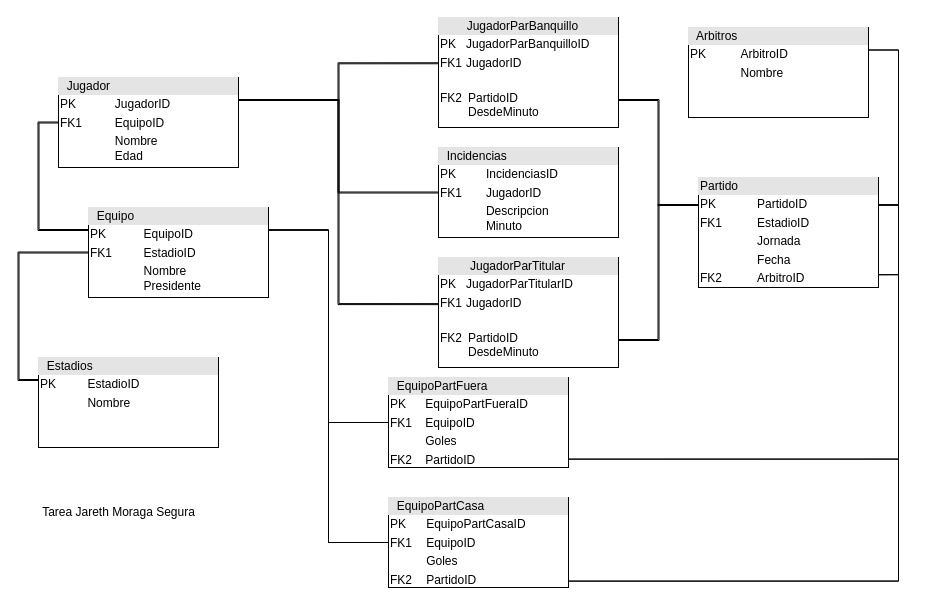
This is Untitled Diagram.drawio from NotJarethGG/CosasVarias, a draw.io file, before an edit. Source tidied: cells renumbered, new cells numbered last; positions are measured from the earlier drawing's top-left corner, leaving out a move shared by most shapes. Both pictures are drawn from the tidied source at 100%, with x=0, y=0 at pixel (28, 17).
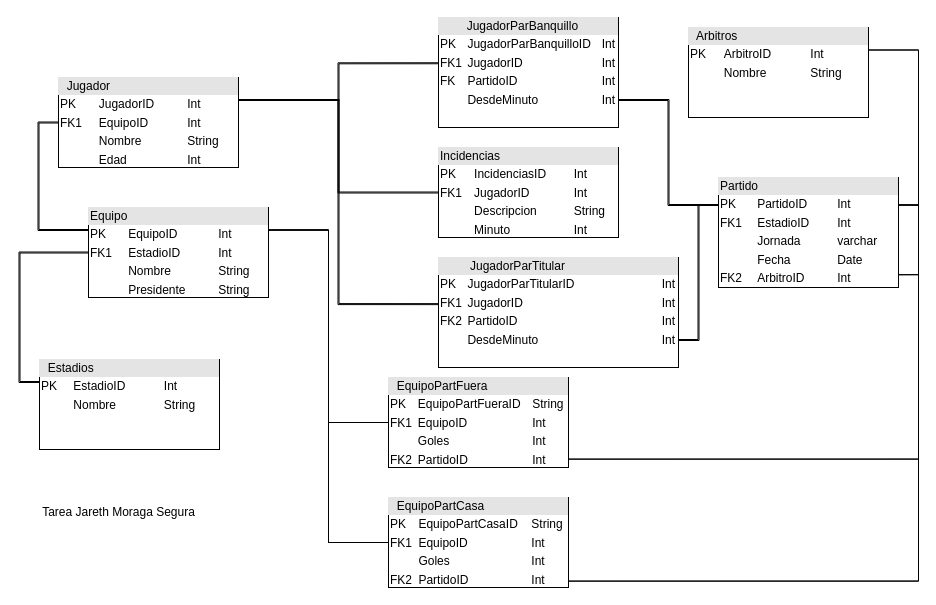
The same diagram, later.

Diff of the diagram source:
```diff
@@
-    <mxCell id="6" value="&lt;div style=&quot;box-sizing:border-box;width:100%;background:#e4e4e4;padding:2px;&quot;&gt;&lt;span style=&quot;white-space: pre;&quot;&gt; &lt;/span&gt;&lt;span style=&quot;white-space: pre;&quot;&gt; &lt;/span&gt;Jugador&lt;/div&gt;&lt;table style=&quot;width:100%;font-size:1em;&quot; cellpadding=&quot;2&quot; cellspacing=&quot;0&quot;&gt;&lt;tbody&gt;&lt;tr&gt;&lt;td&gt;PK&lt;/td&gt;&lt;td&gt;JugadorID&lt;/td&gt;&lt;/tr&gt;&lt;tr&gt;&lt;td&gt;FK1&lt;/td&gt;&lt;td&gt;EquipoID&lt;/td&gt;&lt;/tr&gt;&lt;tr&gt;&lt;td&gt;&lt;/td&gt;&lt;td&gt;Nombre&lt;br&gt;Edad&lt;/td&gt;&lt;/tr&gt;&lt;/tbody&gt;&lt;/table&gt;" style="verticalAlign=top;align=left;overflow=fill;html=1;whiteSpace=wrap;labelBackgroundColor=none;" parent="1" vertex="1">
+    <mxCell id="6" value="&lt;div style=&quot;box-sizing:border-box;width:100%;background:#e4e4e4;padding:2px;&quot;&gt;&lt;span style=&quot;white-space: pre;&quot;&gt; &lt;/span&gt;&lt;span style=&quot;white-space: pre;&quot;&gt; &lt;/span&gt;Jugador&lt;/div&gt;&lt;table style=&quot;width:100%;font-size:1em;&quot; cellpadding=&quot;2&quot; cellspacing=&quot;0&quot;&gt;&lt;tbody&gt;&lt;tr&gt;&lt;td&gt;PK&lt;/td&gt;&lt;td&gt;JugadorID&lt;/td&gt;&lt;td&gt;Int&lt;/td&gt;&lt;/tr&gt;&lt;tr&gt;&lt;td&gt;FK1&lt;/td&gt;&lt;td&gt;EquipoID&lt;/td&gt;&lt;td&gt;Int&lt;/td&gt;&lt;/tr&gt;&lt;tr&gt;&lt;td&gt;&lt;/td&gt;&lt;td&gt;Nombre&lt;br&gt;&lt;/td&gt;&lt;td&gt;String&lt;/td&gt;&lt;/tr&gt;&lt;tr&gt;&lt;td&gt;&lt;br&gt;&lt;/td&gt;&lt;td&gt;Edad&lt;/td&gt;&lt;td&gt;Int&lt;/td&gt;&lt;/tr&gt;&lt;/tbody&gt;&lt;/table&gt;" style="verticalAlign=top;align=left;overflow=fill;html=1;whiteSpace=wrap;labelBackgroundColor=none;" parent="1" vertex="1">
       <mxGeometry x="30" y="60" width="180" height="90" as="geometry" />
     </mxCell>
@@
-    <mxCell id="8" value="&lt;div style=&quot;box-sizing:border-box;width:100%;background:#e4e4e4;padding:2px;&quot;&gt;&lt;span style=&quot;white-space: pre;&quot;&gt; &lt;/span&gt;&lt;span style=&quot;white-space: pre;&quot;&gt; &lt;/span&gt;Equipo&lt;/div&gt;&lt;table style=&quot;width:100%;font-size:1em;&quot; cellpadding=&quot;2&quot; cellspacing=&quot;0&quot;&gt;&lt;tbody&gt;&lt;tr&gt;&lt;td&gt;PK&lt;/td&gt;&lt;td&gt;EquipoID&lt;/td&gt;&lt;/tr&gt;&lt;tr&gt;&lt;td&gt;FK1&lt;/td&gt;&lt;td&gt;EstadioID&lt;/td&gt;&lt;/tr&gt;&lt;tr&gt;&lt;td&gt;&lt;/td&gt;&lt;td&gt;Nombre&lt;br&gt;Presidente&lt;/td&gt;&lt;/tr&gt;&lt;/tbody&gt;&lt;/table&gt;" style="verticalAlign=top;align=left;overflow=fill;html=1;whiteSpace=wrap;" parent="1" vertex="1">
+    <mxCell id="8" value="&lt;div style=&quot;box-sizing:border-box;width:100%;background:#e4e4e4;padding:2px;&quot;&gt;&lt;span style=&quot;&quot;&gt; &lt;/span&gt;&lt;span style=&quot;&quot;&gt; &lt;/span&gt;Equipo&lt;/div&gt;&lt;table style=&quot;width:100%;font-size:1em;&quot; cellpadding=&quot;2&quot; cellspacing=&quot;0&quot;&gt;&lt;tbody&gt;&lt;tr&gt;&lt;td&gt;PK&lt;/td&gt;&lt;td&gt;EquipoID&lt;/td&gt;&lt;td&gt;Int&lt;/td&gt;&lt;/tr&gt;&lt;tr&gt;&lt;td&gt;FK1&lt;/td&gt;&lt;td&gt;EstadioID&lt;/td&gt;&lt;td&gt;Int&lt;/td&gt;&lt;/tr&gt;&lt;tr&gt;&lt;td&gt;&lt;br&gt;&lt;/td&gt;&lt;td&gt;Nombre&lt;br&gt;&lt;/td&gt;&lt;td&gt;String&lt;/td&gt;&lt;/tr&gt;&lt;tr&gt;&lt;td&gt;&lt;br&gt;&lt;/td&gt;&lt;td&gt;Presidente&lt;br&gt;&lt;/td&gt;&lt;td&gt;String&lt;/td&gt;&lt;/tr&gt;&lt;/tbody&gt;&lt;/table&gt;" style="verticalAlign=top;align=left;overflow=fill;html=1;whiteSpace=wrap;" parent="1" vertex="1">
       <mxGeometry x="60" y="190" width="180" height="90" as="geometry" />
     </mxCell>
@@
-    <mxCell id="10" value="&lt;div style=&quot;box-sizing:border-box;width:100%;background:#e4e4e4;padding:2px;&quot;&gt;&lt;span style=&quot;white-space: pre;&quot;&gt; &lt;/span&gt;&lt;span style=&quot;white-space: pre;&quot;&gt; &lt;/span&gt;Estadios&lt;/div&gt;&lt;table style=&quot;width:100%;font-size:1em;&quot; cellpadding=&quot;2&quot; cellspacing=&quot;0&quot;&gt;&lt;tbody&gt;&lt;tr&gt;&lt;td&gt;PK&lt;/td&gt;&lt;td&gt;EstadioID&lt;/td&gt;&lt;/tr&gt;&lt;tr&gt;&lt;td&gt;&lt;br&gt;&lt;/td&gt;&lt;td&gt;Nombre&lt;/td&gt;&lt;/tr&gt;&lt;tr&gt;&lt;td&gt;&lt;/td&gt;&lt;td&gt;&lt;br&gt;&lt;/td&gt;&lt;/tr&gt;&lt;/tbody&gt;&lt;/table&gt;" style="verticalAlign=top;align=left;overflow=fill;html=1;whiteSpace=wrap;" parent="1" vertex="1">
-      <mxGeometry x="10" y="340" width="180" height="90" as="geometry" />
+    <mxCell id="10" value="&lt;div style=&quot;box-sizing:border-box;width:100%;background:#e4e4e4;padding:2px;&quot;&gt;&lt;span style=&quot;white-space: pre;&quot;&gt; &lt;/span&gt;&lt;span style=&quot;white-space: pre;&quot;&gt; &lt;/span&gt;Estadios&lt;/div&gt;&lt;table style=&quot;width:100%;font-size:1em;&quot; cellpadding=&quot;2&quot; cellspacing=&quot;0&quot;&gt;&lt;tbody&gt;&lt;tr&gt;&lt;td&gt;PK&lt;/td&gt;&lt;td&gt;EstadioID&lt;/td&gt;&lt;td&gt;Int&lt;/td&gt;&lt;/tr&gt;&lt;tr&gt;&lt;td&gt;&lt;br&gt;&lt;/td&gt;&lt;td&gt;Nombre&lt;/td&gt;&lt;td&gt;String&lt;/td&gt;&lt;/tr&gt;&lt;tr&gt;&lt;td&gt;&lt;/td&gt;&lt;td&gt;&lt;br&gt;&lt;/td&gt;&lt;td&gt;&lt;br&gt;&lt;/td&gt;&lt;/tr&gt;&lt;/tbody&gt;&lt;/table&gt;" style="verticalAlign=top;align=left;overflow=fill;html=1;whiteSpace=wrap;" parent="1" vertex="1">
+      <mxGeometry x="11" y="342" width="180" height="90" as="geometry" />
     </mxCell>
-    <mxCell id="11" value="&lt;div style=&quot;box-sizing:border-box;width:100%;background:#e4e4e4;padding:2px;&quot;&gt;&lt;span style=&quot;white-space: pre;&quot;&gt; &lt;/span&gt;&lt;span style=&quot;white-space: pre;&quot;&gt; &lt;/span&gt;Incidencias&lt;/div&gt;&lt;table style=&quot;width:100%;font-size:1em;&quot; cellpadding=&quot;2&quot; cellspacing=&quot;0&quot;&gt;&lt;tbody&gt;&lt;tr&gt;&lt;td&gt;PK&lt;/td&gt;&lt;td&gt;IncidenciasID&lt;/td&gt;&lt;/tr&gt;&lt;tr&gt;&lt;td&gt;FK1&lt;/td&gt;&lt;td&gt;JugadorID&lt;/td&gt;&lt;/tr&gt;&lt;tr&gt;&lt;td&gt;&lt;/td&gt;&lt;td&gt;Descripcion&lt;br&gt;Minuto&lt;/td&gt;&lt;/tr&gt;&lt;/tbody&gt;&lt;/table&gt;" style="verticalAlign=top;align=left;overflow=fill;html=1;whiteSpace=wrap;" parent="1" vertex="1">
+    <mxCell id="11" value="&lt;div style=&quot;box-sizing:border-box;width:100%;background:#e4e4e4;padding:2px;&quot;&gt;&lt;span style=&quot;&quot;&gt; &lt;span style=&quot;&quot;&gt; &lt;span style=&quot;&quot;&gt; &lt;/span&gt;&lt;/span&gt;&lt;/span&gt;Incidencias&lt;/div&gt;&lt;table style=&quot;width:100%;font-size:1em;&quot; cellpadding=&quot;2&quot; cellspacing=&quot;0&quot;&gt;&lt;tbody&gt;&lt;tr&gt;&lt;td&gt;PK&lt;/td&gt;&lt;td&gt;IncidenciasID&lt;/td&gt;&lt;td&gt;Int&lt;/td&gt;&lt;/tr&gt;&lt;tr&gt;&lt;td&gt;FK1&lt;/td&gt;&lt;td&gt;JugadorID&lt;/td&gt;&lt;td&gt;Int&lt;/td&gt;&lt;/tr&gt;&lt;tr&gt;&lt;td&gt;&lt;br&gt;&lt;/td&gt;&lt;td&gt;Descripcion&lt;br&gt;&lt;/td&gt;&lt;td&gt;String&lt;/td&gt;&lt;/tr&gt;&lt;tr&gt;&lt;td&gt;&lt;br&gt;&lt;/td&gt;&lt;td&gt;Minuto&lt;br&gt;&lt;/td&gt;&lt;td&gt;Int&lt;/td&gt;&lt;/tr&gt;&lt;/tbody&gt;&lt;/table&gt;" style="verticalAlign=top;align=left;overflow=fill;html=1;whiteSpace=wrap;" parent="1" vertex="1">
       <mxGeometry x="410" y="130" width="180" height="90" as="geometry" />
     </mxCell>
-    <mxCell id="12" value="&lt;div style=&quot;box-sizing:border-box;width:100%;background:#e4e4e4;padding:2px;&quot;&gt;&lt;span style=&quot;&quot;&gt; &lt;/span&gt;&amp;nbsp; &amp;nbsp; &amp;nbsp; &amp;nbsp; JugadorParBanquillo&lt;/div&gt;&lt;table style=&quot;width:100%;font-size:1em;&quot; cellpadding=&quot;2&quot; cellspacing=&quot;0&quot;&gt;&lt;tbody&gt;&lt;tr&gt;&lt;td&gt;PK&lt;/td&gt;&lt;td&gt;JugadorParBanquilloID&lt;/td&gt;&lt;/tr&gt;&lt;tr&gt;&lt;td&gt;FK1&lt;/td&gt;&lt;td&gt;JugadorID&lt;/td&gt;&lt;/tr&gt;&lt;tr&gt;&lt;td&gt;FK2&lt;/td&gt;&lt;td&gt;&lt;br&gt;&lt;table style=&quot;border-color: var(--border-color); font-size: 1em; width: 180px;&quot; cellpadding=&quot;2&quot; cellspacing=&quot;0&quot;&gt;&lt;tbody style=&quot;border-color: var(--border-color);&quot;&gt;&lt;tr style=&quot;border-color: var(--border-color);&quot;&gt;&lt;td style=&quot;border-color: var(--border-color);&quot;&gt;PartidoID&lt;br&gt;DesdeMinuto&lt;/td&gt;&lt;/tr&gt;&lt;/tbody&gt;&lt;/table&gt;&lt;/td&gt;&lt;/tr&gt;&lt;/tbody&gt;&lt;/table&gt;" style="verticalAlign=top;align=left;overflow=fill;html=1;whiteSpace=wrap;" parent="1" vertex="1">
+    <mxCell id="12" value="&lt;div style=&quot;box-sizing:border-box;width:100%;background:#e4e4e4;padding:2px;&quot;&gt;&lt;span style=&quot;&quot;&gt; &lt;/span&gt;&amp;nbsp; &amp;nbsp; &amp;nbsp; &amp;nbsp; JugadorParBanquillo&lt;/div&gt;&lt;table style=&quot;width:100%;font-size:1em;&quot; cellpadding=&quot;2&quot; cellspacing=&quot;0&quot;&gt;&lt;tbody&gt;&lt;tr&gt;&lt;td&gt;PK&lt;/td&gt;&lt;td&gt;JugadorParBanquilloID&lt;/td&gt;&lt;td&gt;Int&lt;/td&gt;&lt;/tr&gt;&lt;tr&gt;&lt;td&gt;FK1&lt;/td&gt;&lt;td&gt;JugadorID&lt;/td&gt;&lt;td&gt;Int&lt;/td&gt;&lt;/tr&gt;&lt;tr&gt;&lt;td&gt;FK&lt;/td&gt;&lt;td&gt;PartidoID&lt;/td&gt;&lt;td&gt;Int&lt;/td&gt;&lt;/tr&gt;&lt;tr&gt;&lt;td&gt;&lt;br&gt;&lt;/td&gt;&lt;td&gt;DesdeMinuto&lt;/td&gt;&lt;td&gt;Int&lt;/td&gt;&lt;/tr&gt;&lt;/tbody&gt;&lt;/table&gt;" style="verticalAlign=top;align=left;overflow=fill;html=1;whiteSpace=wrap;" parent="1" vertex="1">
       <mxGeometry x="410" width="180" height="110" as="geometry" />
     </mxCell>
-    <mxCell id="13" value="&lt;div style=&quot;box-sizing:border-box;width:100%;background:#e4e4e4;padding:2px;&quot;&gt;&lt;span style=&quot;&quot;&gt; &lt;/span&gt;&amp;nbsp; &amp;nbsp; &amp;nbsp; &amp;nbsp; &amp;nbsp;JugadorParTitular&lt;/div&gt;&lt;table style=&quot;width:100%;font-size:1em;&quot; cellpadding=&quot;2&quot; cellspacing=&quot;0&quot;&gt;&lt;tbody&gt;&lt;tr&gt;&lt;td&gt;PK&lt;/td&gt;&lt;td&gt;JugadorParTitularID&lt;/td&gt;&lt;/tr&gt;&lt;tr&gt;&lt;td&gt;FK1&lt;/td&gt;&lt;td&gt;JugadorID&lt;/td&gt;&lt;/tr&gt;&lt;tr&gt;&lt;td&gt;FK2&lt;/td&gt;&lt;td&gt;&lt;br&gt;&lt;table style=&quot;border-color: var(--border-color); font-size: 1em; width: 180px;&quot; cellpadding=&quot;2&quot; cellspacing=&quot;0&quot;&gt;&lt;tbody style=&quot;border-color: var(--border-color);&quot;&gt;&lt;tr style=&quot;border-color: var(--border-color);&quot;&gt;&lt;td style=&quot;border-color: var(--border-color);&quot;&gt;PartidoID&lt;br&gt;DesdeMinuto&lt;/td&gt;&lt;/tr&gt;&lt;/tbody&gt;&lt;/table&gt;&lt;/td&gt;&lt;/tr&gt;&lt;/tbody&gt;&lt;/table&gt;" style="verticalAlign=top;align=left;overflow=fill;html=1;whiteSpace=wrap;" parent="1" vertex="1">
-      <mxGeometry x="410" y="240" width="180" height="110" as="geometry" />
+    <mxCell id="13" value="&lt;div style=&quot;box-sizing:border-box;width:100%;background:#e4e4e4;padding:2px;&quot;&gt;&lt;span style=&quot;&quot;&gt; &lt;/span&gt;&amp;nbsp; &amp;nbsp; &amp;nbsp; &amp;nbsp; &amp;nbsp;JugadorParTitular&lt;/div&gt;&lt;table style=&quot;width:100%;font-size:1em;&quot; cellpadding=&quot;2&quot; cellspacing=&quot;0&quot;&gt;&lt;tbody&gt;&lt;tr&gt;&lt;td&gt;PK&lt;/td&gt;&lt;td&gt;JugadorParTitularID&lt;/td&gt;&lt;td&gt;Int&lt;/td&gt;&lt;/tr&gt;&lt;tr&gt;&lt;td&gt;FK1&lt;/td&gt;&lt;td&gt;JugadorID&lt;/td&gt;&lt;td&gt;Int&lt;/td&gt;&lt;/tr&gt;&lt;tr&gt;&lt;td&gt;FK2&lt;/td&gt;&lt;td&gt;PartidoID&lt;br&gt;&lt;table style=&quot;border-color: var(--border-color); font-size: 1em; width: 180px;&quot; cellpadding=&quot;2&quot; cellspacing=&quot;0&quot;&gt;&lt;tbody style=&quot;border-color: var(--border-color);&quot;&gt;&lt;/tbody&gt;&lt;/table&gt;&lt;/td&gt;&lt;td&gt;Int&lt;/td&gt;&lt;/tr&gt;&lt;tr&gt;&lt;td&gt;&lt;br&gt;&lt;/td&gt;&lt;td&gt;DesdeMinuto&lt;/td&gt;&lt;td&gt;Int&lt;/td&gt;&lt;/tr&gt;&lt;/tbody&gt;&lt;/table&gt;" style="verticalAlign=top;align=left;overflow=fill;html=1;whiteSpace=wrap;" parent="1" vertex="1">
+      <mxGeometry x="410" y="240" width="240" height="110" as="geometry" />
     </mxCell>
@@
-    <mxCell id="18" value="&lt;div style=&quot;box-sizing:border-box;width:100%;background:#e4e4e4;padding:2px;&quot;&gt;&lt;span style=&quot;&quot;&gt; &lt;/span&gt;&lt;span style=&quot;&quot;&gt; &lt;/span&gt;Partido&lt;/div&gt;&lt;table style=&quot;width:100%;font-size:1em;&quot; cellpadding=&quot;2&quot; cellspacing=&quot;0&quot;&gt;&lt;tbody&gt;&lt;tr&gt;&lt;td&gt;PK&lt;/td&gt;&lt;td&gt;PartidoID&lt;/td&gt;&lt;/tr&gt;&lt;tr&gt;&lt;td&gt;FK1&lt;/td&gt;&lt;td&gt;EstadioID&lt;/td&gt;&lt;/tr&gt;&lt;tr&gt;&lt;td&gt;&lt;br&gt;&lt;/td&gt;&lt;td&gt;Jornada&lt;/td&gt;&lt;/tr&gt;&lt;tr&gt;&lt;td&gt;&lt;br&gt;&lt;/td&gt;&lt;td&gt;Fecha&lt;/td&gt;&lt;/tr&gt;&lt;tr&gt;&lt;td&gt;FK2&lt;/td&gt;&lt;td&gt;ArbitroID&lt;/td&gt;&lt;/tr&gt;&lt;/tbody&gt;&lt;/table&gt;" style="verticalAlign=top;align=left;overflow=fill;html=1;whiteSpace=wrap;" parent="1" vertex="1">
-      <mxGeometry x="670" y="160" width="180" height="110" as="geometry" />
+    <mxCell id="18" value="&lt;div style=&quot;box-sizing:border-box;width:100%;background:#e4e4e4;padding:2px;&quot;&gt;&lt;span style=&quot;&quot;&gt; &lt;/span&gt;&lt;span style=&quot;&quot;&gt; &lt;/span&gt;Partido&lt;/div&gt;&lt;table style=&quot;width:100%;font-size:1em;&quot; cellpadding=&quot;2&quot; cellspacing=&quot;0&quot;&gt;&lt;tbody&gt;&lt;tr&gt;&lt;td&gt;PK&lt;/td&gt;&lt;td&gt;PartidoID&lt;/td&gt;&lt;td&gt;Int&lt;/td&gt;&lt;/tr&gt;&lt;tr&gt;&lt;td&gt;FK1&lt;/td&gt;&lt;td&gt;EstadioID&lt;/td&gt;&lt;td&gt;Int&lt;/td&gt;&lt;/tr&gt;&lt;tr&gt;&lt;td&gt;&lt;br&gt;&lt;/td&gt;&lt;td&gt;Jornada&lt;/td&gt;&lt;td&gt;varchar&lt;/td&gt;&lt;/tr&gt;&lt;tr&gt;&lt;td&gt;&lt;br&gt;&lt;/td&gt;&lt;td&gt;Fecha&lt;/td&gt;&lt;td&gt;Date&lt;/td&gt;&lt;/tr&gt;&lt;tr&gt;&lt;td&gt;FK2&lt;/td&gt;&lt;td&gt;ArbitroID&lt;/td&gt;&lt;td&gt;Int&lt;/td&gt;&lt;/tr&gt;&lt;/tbody&gt;&lt;/table&gt;" style="verticalAlign=top;align=left;overflow=fill;html=1;whiteSpace=wrap;" parent="1" vertex="1">
+      <mxGeometry x="690" y="160" width="180" height="110" as="geometry" />
     </mxCell>
-    <mxCell id="19" value="&lt;div style=&quot;box-sizing:border-box;width:100%;background:#e4e4e4;padding:2px;&quot;&gt;&lt;span style=&quot;white-space: pre;&quot;&gt; &lt;/span&gt;&lt;span style=&quot;white-space: pre;&quot;&gt; &lt;/span&gt;EquipoPartCasa&lt;br&gt;&lt;/div&gt;&lt;table style=&quot;width:100%;font-size:1em;&quot; cellpadding=&quot;2&quot; cellspacing=&quot;0&quot;&gt;&lt;tbody&gt;&lt;tr&gt;&lt;td&gt;PK&lt;/td&gt;&lt;td&gt;EquipoPartCasaID&lt;/td&gt;&lt;/tr&gt;&lt;tr&gt;&lt;td&gt;FK1&lt;/td&gt;&lt;td&gt;EquipoID&lt;/td&gt;&lt;/tr&gt;&lt;tr&gt;&lt;td&gt;&lt;br&gt;&lt;/td&gt;&lt;td&gt;Goles&lt;/td&gt;&lt;/tr&gt;&lt;tr&gt;&lt;td&gt;FK2&lt;/td&gt;&lt;td&gt;PartidoID&lt;/td&gt;&lt;/tr&gt;&lt;tr&gt;&lt;td&gt;&lt;br&gt;&lt;/td&gt;&lt;td&gt;&lt;br&gt;&lt;/td&gt;&lt;/tr&gt;&lt;tr&gt;&lt;td&gt;&lt;br&gt;&lt;/td&gt;&lt;td&gt;&lt;br&gt;&lt;/td&gt;&lt;/tr&gt;&lt;tr&gt;&lt;td&gt;&lt;br&gt;&lt;/td&gt;&lt;td&gt;&lt;br&gt;&lt;/td&gt;&lt;/tr&gt;&lt;/tbody&gt;&lt;/table&gt;" style="verticalAlign=top;align=left;overflow=fill;html=1;whiteSpace=wrap;" parent="1" vertex="1">
+    <mxCell id="19" value="&lt;div style=&quot;box-sizing:border-box;width:100%;background:#e4e4e4;padding:2px;&quot;&gt;&lt;span style=&quot;white-space: pre;&quot;&gt; &lt;/span&gt;&lt;span style=&quot;white-space: pre;&quot;&gt; &lt;/span&gt;EquipoPartCasa&lt;br&gt;&lt;/div&gt;&lt;table style=&quot;width:100%;font-size:1em;&quot; cellpadding=&quot;2&quot; cellspacing=&quot;0&quot;&gt;&lt;tbody&gt;&lt;tr&gt;&lt;td&gt;PK&lt;/td&gt;&lt;td&gt;EquipoPartCasaID&lt;/td&gt;&lt;td&gt;String&lt;/td&gt;&lt;/tr&gt;&lt;tr&gt;&lt;td&gt;FK1&lt;/td&gt;&lt;td&gt;EquipoID&lt;/td&gt;&lt;td&gt;Int&lt;/td&gt;&lt;/tr&gt;&lt;tr&gt;&lt;td&gt;&lt;br&gt;&lt;/td&gt;&lt;td&gt;Goles&lt;/td&gt;&lt;td&gt;Int&lt;/td&gt;&lt;/tr&gt;&lt;tr&gt;&lt;td&gt;FK2&lt;/td&gt;&lt;td&gt;PartidoID&lt;/td&gt;&lt;td&gt;Int&lt;/td&gt;&lt;/tr&gt;&lt;tr&gt;&lt;td&gt;&lt;br&gt;&lt;/td&gt;&lt;td&gt;&lt;br&gt;&lt;/td&gt;&lt;td&gt;&lt;br&gt;&lt;/td&gt;&lt;/tr&gt;&lt;tr&gt;&lt;td&gt;&lt;br&gt;&lt;/td&gt;&lt;td&gt;&lt;br&gt;&lt;/td&gt;&lt;td&gt;&lt;br&gt;&lt;/td&gt;&lt;/tr&gt;&lt;tr&gt;&lt;td&gt;&lt;br&gt;&lt;/td&gt;&lt;td&gt;&lt;br&gt;&lt;/td&gt;&lt;td&gt;&lt;br&gt;&lt;/td&gt;&lt;/tr&gt;&lt;/tbody&gt;&lt;/table&gt;" style="verticalAlign=top;align=left;overflow=fill;html=1;whiteSpace=wrap;" parent="1" vertex="1">
       <mxGeometry x="360" y="480" width="180" height="90" as="geometry" />
     </mxCell>
@@
-    <mxCell id="21" value="&lt;div style=&quot;box-sizing:border-box;width:100%;background:#e4e4e4;padding:2px;&quot;&gt;&lt;span style=&quot;white-space: pre;&quot;&gt; &lt;/span&gt;&lt;span style=&quot;white-space: pre;&quot;&gt; &lt;/span&gt;EquipoPartFuera&lt;br&gt;&lt;/div&gt;&lt;table style=&quot;width:100%;font-size:1em;&quot; cellpadding=&quot;2&quot; cellspacing=&quot;0&quot;&gt;&lt;tbody&gt;&lt;tr&gt;&lt;td&gt;PK&lt;/td&gt;&lt;td&gt;EquipoPartFueraID&lt;/td&gt;&lt;/tr&gt;&lt;tr&gt;&lt;td&gt;FK1&lt;/td&gt;&lt;td&gt;EquipoID&lt;/td&gt;&lt;/tr&gt;&lt;tr&gt;&lt;td&gt;&lt;br&gt;&lt;/td&gt;&lt;td&gt;Goles&lt;/td&gt;&lt;/tr&gt;&lt;tr&gt;&lt;td&gt;FK2&lt;/td&gt;&lt;td&gt;PartidoID&lt;/td&gt;&lt;/tr&gt;&lt;tr&gt;&lt;td&gt;&lt;br&gt;&lt;/td&gt;&lt;td&gt;&lt;br&gt;&lt;/td&gt;&lt;/tr&gt;&lt;tr&gt;&lt;td&gt;&lt;br&gt;&lt;/td&gt;&lt;td&gt;&lt;br&gt;&lt;/td&gt;&lt;/tr&gt;&lt;tr&gt;&lt;td&gt;&lt;br&gt;&lt;/td&gt;&lt;td&gt;&lt;br&gt;&lt;/td&gt;&lt;/tr&gt;&lt;/tbody&gt;&lt;/table&gt;" style="verticalAlign=top;align=left;overflow=fill;html=1;whiteSpace=wrap;" parent="1" vertex="1">
+    <mxCell id="21" value="&lt;div style=&quot;box-sizing:border-box;width:100%;background:#e4e4e4;padding:2px;&quot;&gt;&lt;span style=&quot;white-space: pre;&quot;&gt; &lt;/span&gt;&lt;span style=&quot;white-space: pre;&quot;&gt; &lt;/span&gt;EquipoPartFuera&lt;br&gt;&lt;/div&gt;&lt;table style=&quot;width:100%;font-size:1em;&quot; cellpadding=&quot;2&quot; cellspacing=&quot;0&quot;&gt;&lt;tbody&gt;&lt;tr&gt;&lt;td&gt;PK&lt;/td&gt;&lt;td&gt;EquipoPartFueraID&lt;/td&gt;&lt;td&gt;String&lt;/td&gt;&lt;/tr&gt;&lt;tr&gt;&lt;td&gt;FK1&lt;/td&gt;&lt;td&gt;EquipoID&lt;/td&gt;&lt;td&gt;Int&lt;/td&gt;&lt;/tr&gt;&lt;tr&gt;&lt;td&gt;&lt;br&gt;&lt;/td&gt;&lt;td&gt;Goles&lt;/td&gt;&lt;td&gt;Int&lt;/td&gt;&lt;/tr&gt;&lt;tr&gt;&lt;td&gt;FK2&lt;/td&gt;&lt;td&gt;PartidoID&lt;/td&gt;&lt;td&gt;Int&lt;/td&gt;&lt;/tr&gt;&lt;tr&gt;&lt;td&gt;&lt;br&gt;&lt;/td&gt;&lt;td&gt;&lt;br&gt;&lt;/td&gt;&lt;td&gt;&lt;br&gt;&lt;/td&gt;&lt;/tr&gt;&lt;tr&gt;&lt;td&gt;&lt;br&gt;&lt;/td&gt;&lt;td&gt;&lt;br&gt;&lt;/td&gt;&lt;td&gt;&lt;br&gt;&lt;/td&gt;&lt;/tr&gt;&lt;tr&gt;&lt;td&gt;&lt;br&gt;&lt;/td&gt;&lt;td&gt;&lt;br&gt;&lt;/td&gt;&lt;td&gt;&lt;br&gt;&lt;/td&gt;&lt;/tr&gt;&lt;/tbody&gt;&lt;/table&gt;" style="verticalAlign=top;align=left;overflow=fill;html=1;whiteSpace=wrap;" parent="1" vertex="1">
       <mxGeometry x="360" y="360" width="180" height="90" as="geometry" />
     </mxCell>
@@
-    <mxCell id="23" value="&lt;div style=&quot;box-sizing:border-box;width:100%;background:#e4e4e4;padding:2px;&quot;&gt;&lt;span style=&quot;white-space: pre;&quot;&gt; &lt;/span&gt;&lt;span style=&quot;white-space: pre;&quot;&gt; &lt;/span&gt;Arbitros&lt;/div&gt;&lt;table style=&quot;width:100%;font-size:1em;&quot; cellpadding=&quot;2&quot; cellspacing=&quot;0&quot;&gt;&lt;tbody&gt;&lt;tr&gt;&lt;td&gt;PK&lt;/td&gt;&lt;td&gt;ArbitroID&lt;/td&gt;&lt;/tr&gt;&lt;tr&gt;&lt;td&gt;&lt;br&gt;&lt;/td&gt;&lt;td&gt;Nombre&lt;/td&gt;&lt;/tr&gt;&lt;tr&gt;&lt;td&gt;&lt;/td&gt;&lt;td&gt;&lt;br&gt;&lt;/td&gt;&lt;/tr&gt;&lt;/tbody&gt;&lt;/table&gt;" style="verticalAlign=top;align=left;overflow=fill;html=1;whiteSpace=wrap;" parent="1" vertex="1">
+    <mxCell id="23" value="&lt;div style=&quot;box-sizing:border-box;width:100%;background:#e4e4e4;padding:2px;&quot;&gt;&lt;span style=&quot;white-space: pre;&quot;&gt; &lt;/span&gt;&lt;span style=&quot;white-space: pre;&quot;&gt; &lt;/span&gt;Arbitros&lt;/div&gt;&lt;table style=&quot;width:100%;font-size:1em;&quot; cellpadding=&quot;2&quot; cellspacing=&quot;0&quot;&gt;&lt;tbody&gt;&lt;tr&gt;&lt;td&gt;PK&lt;/td&gt;&lt;td&gt;ArbitroID&lt;/td&gt;&lt;td&gt;Int&lt;/td&gt;&lt;/tr&gt;&lt;tr&gt;&lt;td&gt;&lt;br&gt;&lt;/td&gt;&lt;td&gt;Nombre&lt;/td&gt;&lt;td&gt;String&lt;/td&gt;&lt;/tr&gt;&lt;tr&gt;&lt;td&gt;&lt;/td&gt;&lt;td&gt;&lt;br&gt;&lt;/td&gt;&lt;td&gt;&lt;br&gt;&lt;/td&gt;&lt;/tr&gt;&lt;/tbody&gt;&lt;/table&gt;" style="verticalAlign=top;align=left;overflow=fill;html=1;whiteSpace=wrap;" parent="1" vertex="1">
       <mxGeometry x="660" y="10" width="180" height="90" as="geometry" />
     </mxCell>
```
